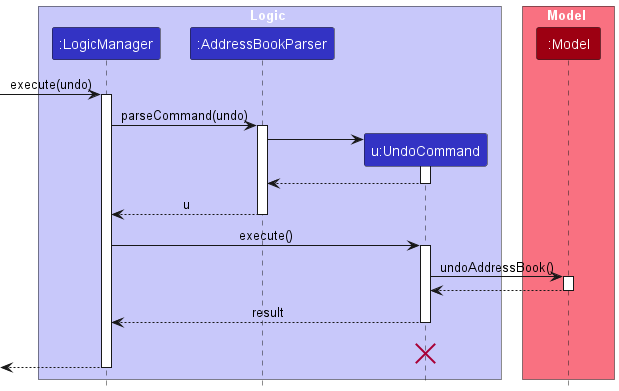
Before: docs/images/UndoSequenceDiagram-Logic.png, a diagram exported from PlantUML (c-wenlong/tp). The source it was exported from:
```plantuml
@startuml
!include style.puml
skinparam ArrowFontStyle plain

box Logic LOGIC_COLOR_T1
participant ":LogicManager" as LogicManager LOGIC_COLOR
participant ":AddressBookParser" as AddressBookParser LOGIC_COLOR
participant "u:UndoCommand" as UndoCommand LOGIC_COLOR
end box

box Model MODEL_COLOR_T1
participant ":Model" as Model MODEL_COLOR
end box
[-> LogicManager : execute(undo)
activate LogicManager

LogicManager -> AddressBookParser : parseCommand(undo)
activate AddressBookParser

create UndoCommand
AddressBookParser -> UndoCommand
activate UndoCommand

UndoCommand --> AddressBookParser
deactivate UndoCommand

AddressBookParser --> LogicManager : u
deactivate AddressBookParser

LogicManager -> UndoCommand : execute()
activate UndoCommand

UndoCommand -> Model : undoAddressBook()
activate Model

Model --> UndoCommand
deactivate Model

UndoCommand --> LogicManager : result
deactivate UndoCommand
UndoCommand -[hidden]-> LogicManager : result
destroy UndoCommand

[<--LogicManager
deactivate LogicManager
@enduml
```
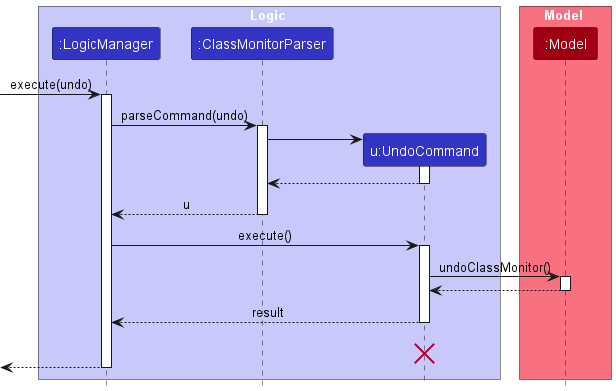
The same diagram one commit later.

What changed in the source:
```diff
@@ -4,7 +4,7 @@
 
 box Logic LOGIC_COLOR_T1
 participant ":LogicManager" as LogicManager LOGIC_COLOR
-participant ":AddressBookParser" as AddressBookParser LOGIC_COLOR
+participant ":ClassMonitorParser" as ClassMonitorParser LOGIC_COLOR
 participant "u:UndoCommand" as UndoCommand LOGIC_COLOR
 end box
 
@@ -14,23 +14,23 @@
 [-> LogicManager : execute(undo)
 activate LogicManager
 
-LogicManager -> AddressBookParser : parseCommand(undo)
-activate AddressBookParser
+LogicManager -> ClassMonitorParser : parseCommand(undo)
+activate ClassMonitorParser
 
 create UndoCommand
-AddressBookParser -> UndoCommand
+ClassMonitorParser -> UndoCommand
 activate UndoCommand
 
-UndoCommand --> AddressBookParser
+UndoCommand --> ClassMonitorParser
 deactivate UndoCommand
 
-AddressBookParser --> LogicManager : u
-deactivate AddressBookParser
+ClassMonitorParser --> LogicManager : u
+deactivate ClassMonitorParser
 
 LogicManager -> UndoCommand : execute()
 activate UndoCommand
 
-UndoCommand -> Model : undoAddressBook()
+UndoCommand -> Model : undoClassMonitor()
 activate Model
 
 Model --> UndoCommand
```
